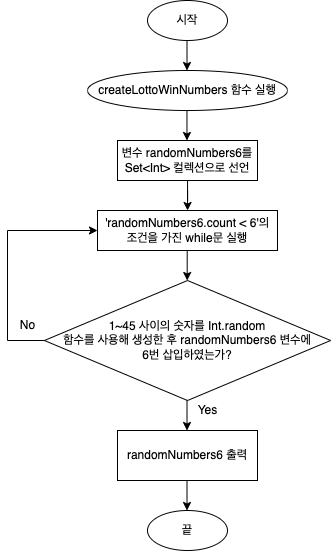
Before: CodeStarterCamp_Week2/로또 당첨번호 생성기.png, a diagram exported from draw.io (yagom-academy/swift-starter-Round2). Source tidied: cells renumbered, new cells last; positions are measured from the earlier drawing's top-left corner, leaving out a move shared by most shapes.
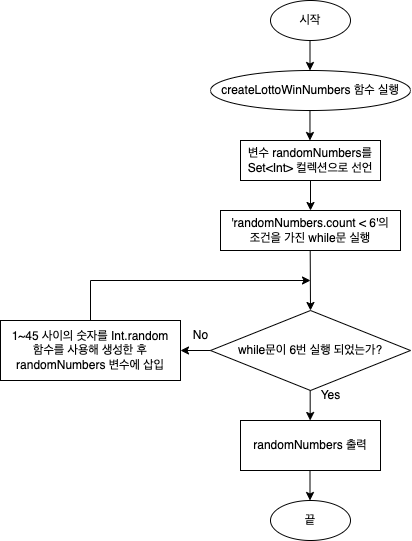
The same diagram one commit later.

Commit message:
로또번호 생성 순서도 2차 수정

What changed in the source:
```diff
@@ -23,52 +23,61 @@
     <mxCell id="6" style="edgeStyle=orthogonalEdgeStyle;rounded=0;jettySize=auto;html=1;" parent="1" edge="1" source="7" target="17">
       <mxGeometry relative="1" as="geometry" />
     </mxCell>
-    <mxCell id="7" value="변수 randomNumbers6를 Set&amp;lt;Int&amp;gt; 컬렉션으로 선언" style="rounded=0;whiteSpace=wrap;html=1;" parent="1" vertex="1">
+    <mxCell id="7" value="변수 randomNumbers를 Set&amp;lt;Int&amp;gt; 컬렉션으로 선언" style="rounded=0;whiteSpace=wrap;html=1;" parent="1" vertex="1">
       <mxGeometry x="110" y="140" width="140" height="40" as="geometry" />
     </mxCell>
-    <mxCell id="8" style="endArrow=classic;html=1;rounded=0;" parent="1" edge="1">
-      <mxGeometry relative="1" as="geometry">
-        <mxPoint x="179.5" y="400" as="sourcePoint" />
-        <mxPoint x="179.5" y="430" as="targetPoint" />
-      </mxGeometry>
-    </mxCell>
-    <mxCell id="9" value="randomNumbers6 출력" style="rounded=0;whiteSpace=wrap;html=1;" parent="1" vertex="1">
-      <mxGeometry x="110" y="430" width="140" height="50" as="geometry" />
+    <mxCell id="9" value="randomNumbers 출력" style="rounded=0;whiteSpace=wrap;html=1;" parent="1" vertex="1">
+      <mxGeometry x="110" y="420" width="140" height="50" as="geometry" />
     </mxCell>
     <mxCell id="10" style="endArrow=classic;html=1;rounded=0;" parent="1" edge="1">
       <mxGeometry relative="1" as="geometry">
-        <mxPoint x="179.5" y="480" as="sourcePoint" />
-        <mxPoint x="179.5" y="510" as="targetPoint" />
+        <mxPoint x="179.5" y="470" as="sourcePoint" />
+        <mxPoint x="179.5" y="500" as="targetPoint" />
       </mxGeometry>
     </mxCell>
     <mxCell id="11" value="끝" style="ellipse;whiteSpace=wrap;html=1;" parent="1" vertex="1">
-      <mxGeometry x="140" y="510" width="80" height="40" as="geometry" />
+      <mxGeometry x="140" y="500" width="80" height="40" as="geometry" />
     </mxCell>
-    <mxCell id="12" value="1~45 사이의 숫자를 Int.random &lt;br&gt;함수를 사용해&amp;nbsp;생성한 후 randomNumbers6 변수에 &lt;br&gt;6번 삽입하였는가?" style="rhombus;whiteSpace=wrap;html=1;" parent="1" vertex="1">
-      <mxGeometry x="36.9" y="280" width="286.2" height="120" as="geometry" />
+    <mxCell id="12" value="while문이 6번 실행 되었는가?" style="rhombus;whiteSpace=wrap;html=1;" parent="1" vertex="1">
+      <mxGeometry x="80" y="310" width="200" height="80" as="geometry" />
     </mxCell>
-    <mxCell id="13" style="endArrow=classic;html=1;rounded=0;" parent="1" edge="1">
+    <mxCell id="13" style="endArrow=classic;html=1;rounded=0;entryX=0.5;entryY=0;entryDx=0;entryDy=0;" parent="1" edge="1" target="12">
       <mxGeometry relative="1" as="geometry">
         <mxPoint x="179.7" y="250" as="sourcePoint" />
-        <mxPoint x="179.7" y="280" as="targetPoint" />
       </mxGeometry>
     </mxCell>
-    <mxCell id="14" style="endArrow=classic;html=1;rounded=0;entryX=0;entryY=0.5;entryDx=0;entryDy=0;exitX=0;exitY=0.5;exitDx=0;exitDy=0;" parent="1" edge="1" source="12" target="17">
-      <mxGeometry relative="1" as="geometry">
-        <Array as="points">
-          <mxPoint y="340" />
-          <mxPoint y="230" />
-        </Array>
-      </mxGeometry>
-    </mxCell>
     <mxCell id="15" value="No" style="text;html=1;align=center;verticalAlign=middle;strokeColor=none;fillColor=none;" parent="1" vertex="1">
-      <mxGeometry y="310" width="40" height="30" as="geometry" />
+      <mxGeometry x="50" y="320" width="40" height="30" as="geometry" />
     </mxCell>
     <mxCell id="16" value="Yes" style="text;html=1;align=center;verticalAlign=middle;strokeColor=none;fillColor=none;" parent="1" vertex="1">
-      <mxGeometry x="180" y="395" width="40" height="30" as="geometry" />
+      <mxGeometry x="180" y="380" width="40" height="30" as="geometry" />
     </mxCell>
-    <mxCell id="17" value="'randomNumbers6.count &amp;lt; 6'의 &lt;br&gt;조건을 가진 while문 실행" style="rounded=0;whiteSpace=wrap;html=1;" parent="1" vertex="1">
+    <mxCell id="17" value="'randomNumbers.count &amp;lt; 6'의 &lt;br&gt;조건을 가진 while문 실행" style="rounded=0;whiteSpace=wrap;html=1;" parent="1" vertex="1">
       <mxGeometry x="90" y="210" width="180" height="40" as="geometry" />
     </mxCell>
+    <mxCell id="18" value="1~45 사이의 숫자를 Int.random&lt;br style=&quot;border-color: var(--border-color);&quot;&gt;함수를 사용해&amp;nbsp;생성한 후 randomNumbers 변수에 삽입" style="rounded=0;whiteSpace=wrap;html=1;" parent="1" vertex="1">
+      <mxGeometry x="-130" y="320" width="180" height="60" as="geometry" />
+    </mxCell>
+    <mxCell id="19" style="endArrow=classic;html=1;rounded=0;" parent="1" edge="1">
+      <mxGeometry relative="1" as="geometry">
+        <mxPoint x="179.7" y="390" as="sourcePoint" />
+        <mxPoint x="179.7" y="420" as="targetPoint" />
+      </mxGeometry>
+    </mxCell>
+    <mxCell id="20" style="endArrow=classic;html=1;rounded=0;" parent="1" edge="1">
+      <mxGeometry relative="1" as="geometry">
+        <mxPoint x="80" y="350" as="sourcePoint" />
+        <mxPoint x="50" y="350" as="targetPoint" />
+      </mxGeometry>
+    </mxCell>
+    <mxCell id="21" style="endArrow=classic;html=1;rounded=0;" parent="1" edge="1">
+      <mxGeometry relative="1" as="geometry">
+        <mxPoint x="-40" y="320" as="sourcePoint" />
+        <mxPoint x="180" y="280" as="targetPoint" />
+        <Array as="points">
+          <mxPoint x="-40" y="280" />
+        </Array>
+      </mxGeometry>
+    </mxCell>
   </root>
 </mxGraphModel>
```
